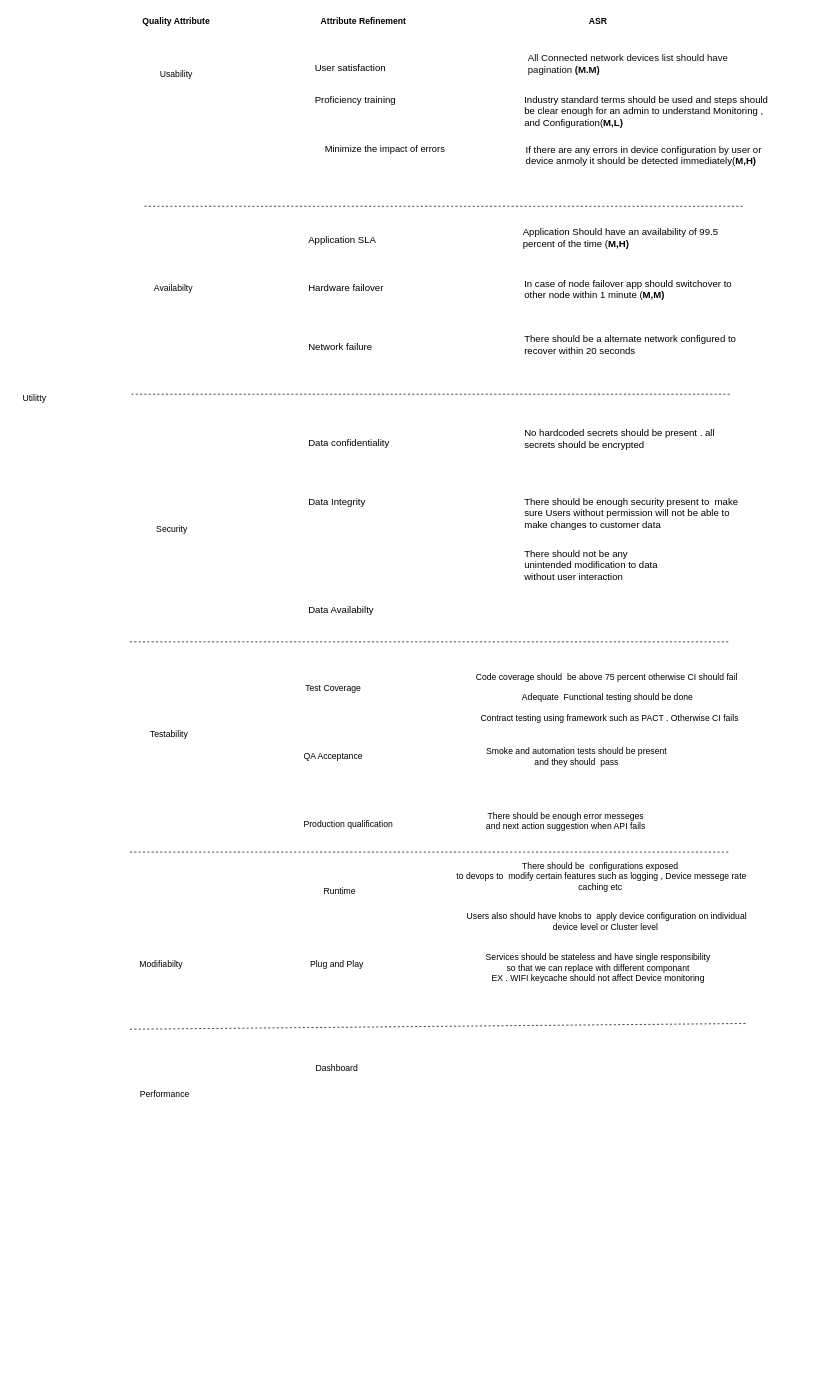
Earlier version of the draw.io diagram page "Page-5" (5 of 5) of Untitled Diagram.drawio (Gajanana/FirstPhase). Source tidied: cells renumbered, new cells numbered last; positions are measured from the earlier drawing's top-left corner, leaving out a move shared by most shapes. Both pictures are drawn from the tidied source at 72%, with x=0, y=0 at pixel (12, 12).
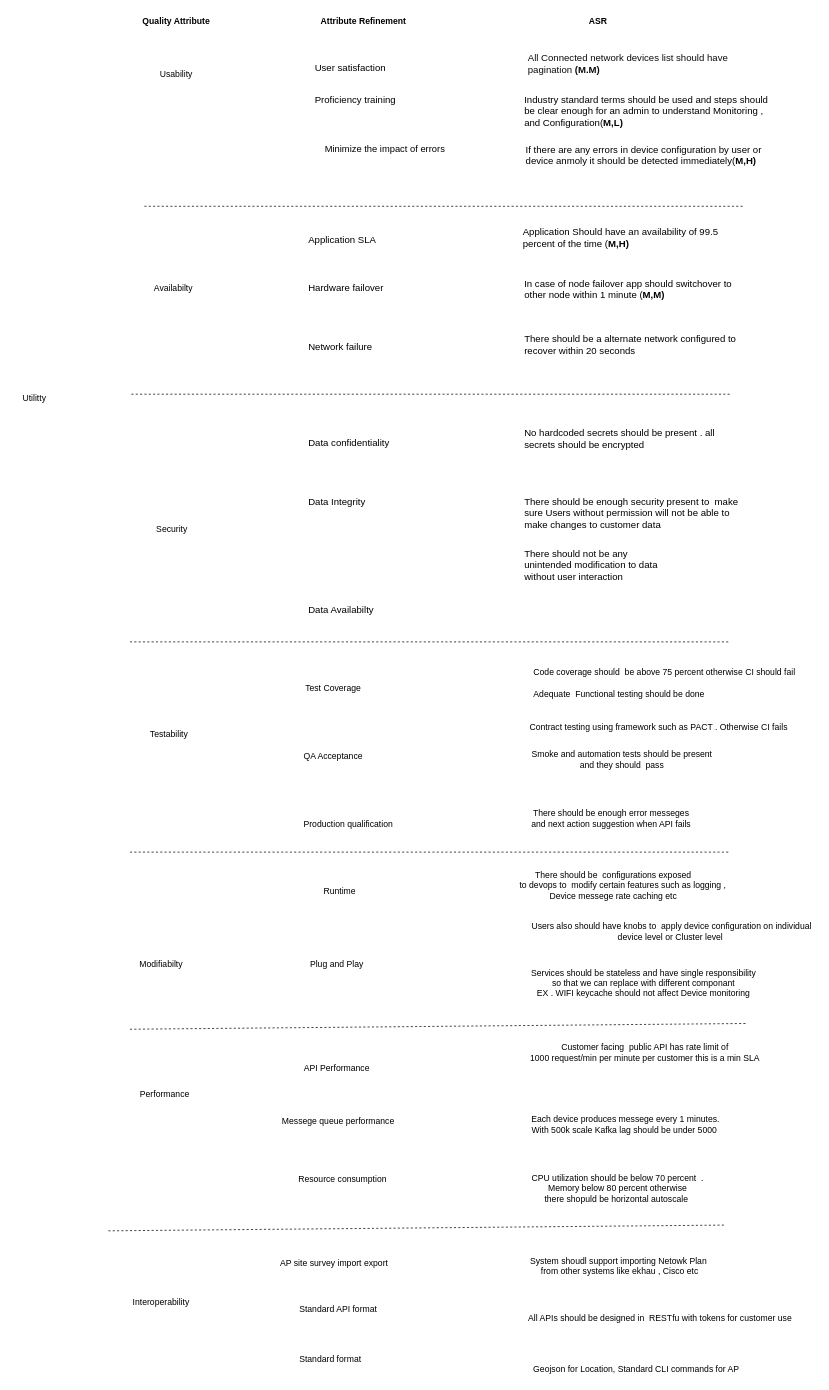
Above is the later version.

The edit, as a diff of the source:
```diff
@@
     <mxCell id="33" value="Code coverage should&amp;nbsp; be above 75 percent otherwise CI should fail" style="text;html=1;align=center;verticalAlign=middle;strokeColor=none;fillColor=none;" parent="1" vertex="1">
-      <mxGeometry x="634" y="910" width="382" height="26" as="geometry" />
+      <mxGeometry x="714" y="903" width="382" height="26" as="geometry" />
     </mxCell>
     <mxCell id="34" value="Adequate&amp;nbsp; Functional testing should be done" style="text;html=1;align=center;verticalAlign=middle;strokeColor=none;fillColor=none;" parent="1" vertex="1">
-      <mxGeometry x="698" y="938" width="256" height="26" as="geometry" />
+      <mxGeometry x="714" y="934" width="256" height="26" as="geometry" />
     </mxCell>
     <mxCell id="35" value="Contract testing using framework such as PACT . Otherwise CI fails" style="text;html=1;align=center;verticalAlign=middle;strokeColor=none;fillColor=none;" parent="1" vertex="1">
-      <mxGeometry x="641" y="968" width="376" height="26" as="geometry" />
+      <mxGeometry x="709" y="980" width="376" height="26" as="geometry" />
     </mxCell>
@@
     <mxCell id="37" value="Smoke and automation tests should be present &lt;br&gt;and they should&amp;nbsp; pass" style="text;html=1;align=center;verticalAlign=middle;strokeColor=none;fillColor=none;" parent="1" vertex="1">
-      <mxGeometry x="648" y="1012.5" width="269" height="41" as="geometry" />
+      <mxGeometry x="711" y="1016" width="269" height="41" as="geometry" />
     </mxCell>
     <mxCell id="38" value="There should be enough error messeges &lt;br&gt;and next action suggestion when API fails" style="text;html=1;align=center;verticalAlign=middle;strokeColor=none;fillColor=none;" parent="1" vertex="1">
-      <mxGeometry x="648" y="1102" width="239" height="41" as="geometry" />
+      <mxGeometry x="711" y="1099" width="239" height="41" as="geometry" />
     </mxCell>
@@
-    <mxCell id="42" value="There should be&amp;nbsp; configurations exposed&lt;br&gt;&amp;nbsp;to devops to&amp;nbsp; modify certain features such as logging , Device messege rate&lt;br&gt;caching etc" style="text;html=1;align=center;verticalAlign=middle;strokeColor=none;fillColor=none;" parent="1" vertex="1">
-      <mxGeometry x="604" y="1172" width="424" height="55" as="geometry" />
+    <mxCell id="42" value="There should be&amp;nbsp; configurations exposed&lt;br&gt;&lt;span style=&quot;white-space: pre;&quot;&gt; &lt;/span&gt;&lt;span style=&quot;white-space: pre;&quot;&gt; &lt;/span&gt;&amp;nbsp; &amp;nbsp; &amp;nbsp; to devops to&amp;nbsp; modify certain features such as logging ,&lt;br&gt;Device messege rate caching etc" style="text;html=1;align=center;verticalAlign=middle;strokeColor=none;fillColor=none;" parent="1" vertex="1">
+      <mxGeometry x="645" y="1185" width="378" height="55" as="geometry" />
     </mxCell>
     <mxCell id="43" value="Users also should have knobs to&amp;nbsp; apply device configuration on individual&lt;br&gt;device level or Cluster level&amp;nbsp;" style="text;html=1;align=center;verticalAlign=middle;strokeColor=none;fillColor=none;" parent="1" vertex="1">
-      <mxGeometry x="621.5" y="1241" width="407" height="41" as="geometry" />
+      <mxGeometry x="711" y="1255" width="407" height="41" as="geometry" />
     </mxCell>
@@
     <mxCell id="45" value="Services should be stateless and have single responsibility &lt;br&gt;so that we can replace with different componant &lt;br&gt;EX . WIFI keycache should not affect Device monitoring" style="text;html=1;align=center;verticalAlign=middle;strokeColor=none;fillColor=none;" parent="1" vertex="1">
-      <mxGeometry x="647.5" y="1299" width="330" height="55" as="geometry" />
+      <mxGeometry x="711" y="1320" width="330" height="55" as="geometry" />
     </mxCell>
@@
-    <mxCell id="48" value="Dashboard" style="text;html=1;align=center;verticalAlign=middle;strokeColor=none;fillColor=none;" parent="1" vertex="1">
-      <mxGeometry x="411" y="1453" width="77" height="26" as="geometry" />
+    <mxCell id="48" value="API Performance" style="text;html=1;align=center;verticalAlign=middle;strokeColor=none;fillColor=none;" parent="1" vertex="1">
+      <mxGeometry x="395" y="1453" width="109" height="26" as="geometry" />
     </mxCell>
+    <mxCell id="49" value="Customer facing&amp;nbsp; public API has rate limit of &lt;br&gt;1000 request/min per minute per customer this is a min SLA" style="text;html=1;align=center;verticalAlign=middle;strokeColor=none;fillColor=none;" parent="1" vertex="1">
+      <mxGeometry x="709" y="1424" width="337" height="41" as="geometry" />
+    </mxCell>
+    <mxCell id="50" value="Each device produces messege every 1 minutes. &lt;br&gt;With 500k scale Kafka lag should be under 5000&amp;nbsp;" style="text;html=1;align=center;verticalAlign=middle;strokeColor=none;fillColor=none;" parent="1" vertex="1">
+      <mxGeometry x="711" y="1524" width="279" height="41" as="geometry" />
+    </mxCell>
+    <mxCell id="51" value="Messege queue performance" style="text;html=1;align=center;verticalAlign=middle;strokeColor=none;fillColor=none;" parent="1" vertex="1">
+      <mxGeometry x="365" y="1527" width="174" height="26" as="geometry" />
+    </mxCell>
+    <mxCell id="52" value="Resource consumption" style="text;html=1;align=center;verticalAlign=middle;strokeColor=none;fillColor=none;" parent="1" vertex="1">
+      <mxGeometry x="387" y="1608" width="141" height="26" as="geometry" />
+    </mxCell>
+    <mxCell id="53" value="CPU utilization should be below 70 percent&amp;nbsp; .&lt;br&gt;Memory below 80 percent otherwise &lt;br&gt;there shopuld be horizontal autoscale&amp;nbsp;" style="text;html=1;align=center;verticalAlign=middle;strokeColor=none;fillColor=none;" parent="1" vertex="1">
+      <mxGeometry x="711" y="1605" width="257" height="55" as="geometry" />
+    </mxCell>
+    <mxCell id="54" value="Interoperability" style="text;html=1;align=center;verticalAlign=middle;strokeColor=none;fillColor=none;" parent="1" vertex="1">
+      <mxGeometry x="157.5" y="1778" width="97" height="26" as="geometry" />
+    </mxCell>
+    <mxCell id="55" style="endArrow=none;html=1;rounded=0;fontFamily=Helvetica;fontColor=#000000;dashed=1;" parent="1" edge="1">
+      <mxGeometry relative="1" as="geometry">
+        <mxPoint x="133" y="1692" as="sourcePoint" />
+        <mxPoint x="989" y="1684" as="targetPoint" />
+      </mxGeometry>
+    </mxCell>
+    <mxCell id="56" value="AP site survey import export&amp;nbsp;" style="text;html=1;align=center;verticalAlign=middle;strokeColor=none;fillColor=none;" parent="1" vertex="1">
+      <mxGeometry x="362" y="1724" width="171" height="26" as="geometry" />
+    </mxCell>
+    <mxCell id="57" value="System shoudl support importing Netowk Plan&amp;nbsp; &lt;br&gt;from other systems like ekhau , Cisco etc" style="text;html=1;align=center;verticalAlign=middle;strokeColor=none;fillColor=none;" parent="1" vertex="1">
+      <mxGeometry x="709" y="1720" width="267" height="41" as="geometry" />
+    </mxCell>
+    <mxCell id="58" value="Standard API format" style="text;html=1;align=center;verticalAlign=middle;strokeColor=none;fillColor=none;" parent="1" vertex="1">
+      <mxGeometry x="389" y="1788" width="126" height="26" as="geometry" />
+    </mxCell>
+    <mxCell id="59" value="All APIs should be designed in&amp;nbsp; RESTfu with tokens for customer use" style="text;html=1;align=center;verticalAlign=middle;strokeColor=none;fillColor=none;" parent="1" vertex="1">
+      <mxGeometry x="707" y="1801" width="384" height="26" as="geometry" />
+    </mxCell>
+    <mxCell id="60" value="Standard format" style="text;html=1;align=center;verticalAlign=middle;strokeColor=none;fillColor=none;" parent="1" vertex="1">
+      <mxGeometry x="389" y="1858" width="104" height="26" as="geometry" />
+    </mxCell>
+    <mxCell id="61" value="Geojson for Location, Standard CLI commands for AP" style="text;html=1;align=center;verticalAlign=middle;strokeColor=none;fillColor=none;" parent="1" vertex="1">
+      <mxGeometry x="714" y="1871" width="304" height="26" as="geometry" />
+    </mxCell>
```
